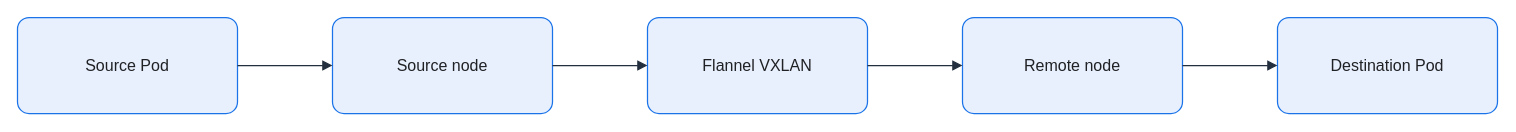
The draw.io diagram assets/img/kubernetes/flannel-vxlan-pod-flow.drawio in KKamJi98/kkamji98.github.io, before the edit. Source tidied: cells renumbered, new cells numbered last; positions are measured from the earlier drawing's top-left corner, leaving out a move shared by most shapes. Both pictures are drawn from the tidied source at 100%, with x=0, y=0 at pixel (17, 17).
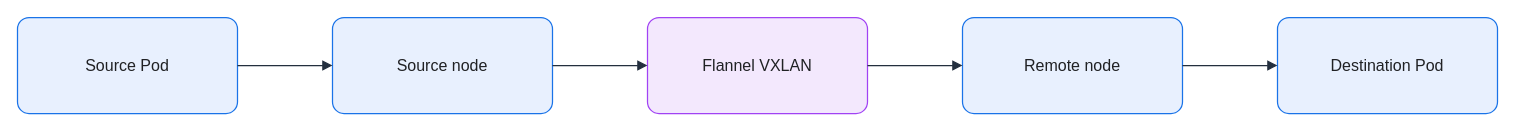
The same diagram, later.

The edit, as a diff of the source:
```diff
@@
 <mxGraphModel background="#FFFFFF">
   <root>
     <mxCell id="0" />
     <mxCell id="1" parent="0" />
     <mxCell id="2" value="Source Pod" style="rounded=1;arcSize=12;whiteSpace=wrap;html=0;fillColor=#E8F0FE;strokeColor=#1A73E8;strokeWidth=1.25;fontColor=#202124;fontSize=16;align=center;verticalAlign=middle;spacing=8;shadow=0;" parent="1" vertex="1">
       <mxGeometry width="220" height="96" as="geometry" />
     </mxCell>
     <mxCell id="3" value="Source node" style="rounded=1;arcSize=12;whiteSpace=wrap;html=0;fillColor=#E8F0FE;strokeColor=#1A73E8;strokeWidth=1.25;fontColor=#202124;fontSize=16;align=center;verticalAlign=middle;spacing=8;shadow=0;" parent="1" vertex="1">
       <mxGeometry x="315" width="220" height="96" as="geometry" />
     </mxCell>
-    <mxCell id="4" value="Flannel VXLAN" style="rounded=1;arcSize=12;whiteSpace=wrap;html=0;fillColor=#E8F0FE;strokeColor=#1A73E8;strokeWidth=1.25;fontColor=#202124;fontSize=16;align=center;verticalAlign=middle;spacing=8;shadow=0;" parent="1" vertex="1">
+    <mxCell id="4" value="Flannel VXLAN" style="rounded=1;arcSize=12;whiteSpace=wrap;html=0;fillColor=#F3E8FD;strokeColor=#A142F4;strokeWidth=1.25;fontColor=#202124;fontSize=16;align=center;verticalAlign=middle;spacing=8;shadow=0;" parent="1" vertex="1">
       <mxGeometry x="630" width="220" height="96" as="geometry" />
     </mxCell>
     <mxCell id="5" value="Remote node" style="rounded=1;arcSize=12;whiteSpace=wrap;html=0;fillColor=#E8F0FE;strokeColor=#1A73E8;strokeWidth=1.25;fontColor=#202124;fontSize=16;align=center;verticalAlign=middle;spacing=8;shadow=0;" parent="1" vertex="1">
       <mxGeometry x="945" width="220" height="96" as="geometry" />
     </mxCell>
     <mxCell id="6" value="Destination Pod" style="rounded=1;arcSize=12;whiteSpace=wrap;html=0;fillColor=#E8F0FE;strokeColor=#1A73E8;strokeWidth=1.25;fontColor=#202124;fontSize=16;align=center;verticalAlign=middle;spacing=8;shadow=0;" parent="1" vertex="1">
       <mxGeometry x="1260" width="220" height="96" as="geometry" />
     </mxCell>
     <mxCell id="7" style="edgeStyle=orthogonalEdgeStyle;rounded=0;jettySize=auto;html=0;endArrow=block;endFill=1;strokeColor=#232F3E;strokeWidth=1.25;fontColor=#202124;labelBackgroundColor=none;exitX=1;exitY=0.5;exitDx=0;exitDy=0;entryX=0;entryY=0.5;entryDx=0;entryDy=0;endSize=7;" parent="1" edge="1" source="2" target="3">
       <mxGeometry relative="1" as="geometry" />
     </mxCell>
     <mxCell id="8" style="edgeStyle=orthogonalEdgeStyle;rounded=0;jettySize=auto;html=0;endArrow=block;endFill=1;strokeColor=#232F3E;strokeWidth=1.25;fontColor=#202124;labelBackgroundColor=none;exitX=1;exitY=0.5;exitDx=0;exitDy=0;entryX=0;entryY=0.5;entryDx=0;entryDy=0;endSize=7;" parent="1" edge="1" source="3" target="4">
       <mxGeometry relative="1" as="geometry" />
     </mxCell>
     <mxCell id="9" style="edgeStyle=orthogonalEdgeStyle;rounded=0;jettySize=auto;html=0;endArrow=block;endFill=1;strokeColor=#232F3E;strokeWidth=1.25;fontColor=#202124;labelBackgroundColor=none;exitX=1;exitY=0.5;exitDx=0;exitDy=0;entryX=0;entryY=0.5;entryDx=0;entryDy=0;endSize=7;" parent="1" edge="1" source="4" target="5">
       <mxGeometry relative="1" as="geometry" />
     </mxCell>
     <mxCell id="10" style="edgeStyle=orthogonalEdgeStyle;rounded=0;jettySize=auto;html=0;endArrow=block;endFill=1;strokeColor=#232F3E;strokeWidth=1.25;fontColor=#202124;labelBackgroundColor=none;exitX=1;exitY=0.5;exitDx=0;exitDy=0;entryX=0;entryY=0.5;entryDx=0;entryDy=0;endSize=7;" parent="1" edge="1" source="5" target="6">
       <mxGeometry relative="1" as="geometry" />
     </mxCell>
   </root>
 </mxGraphModel>
```
